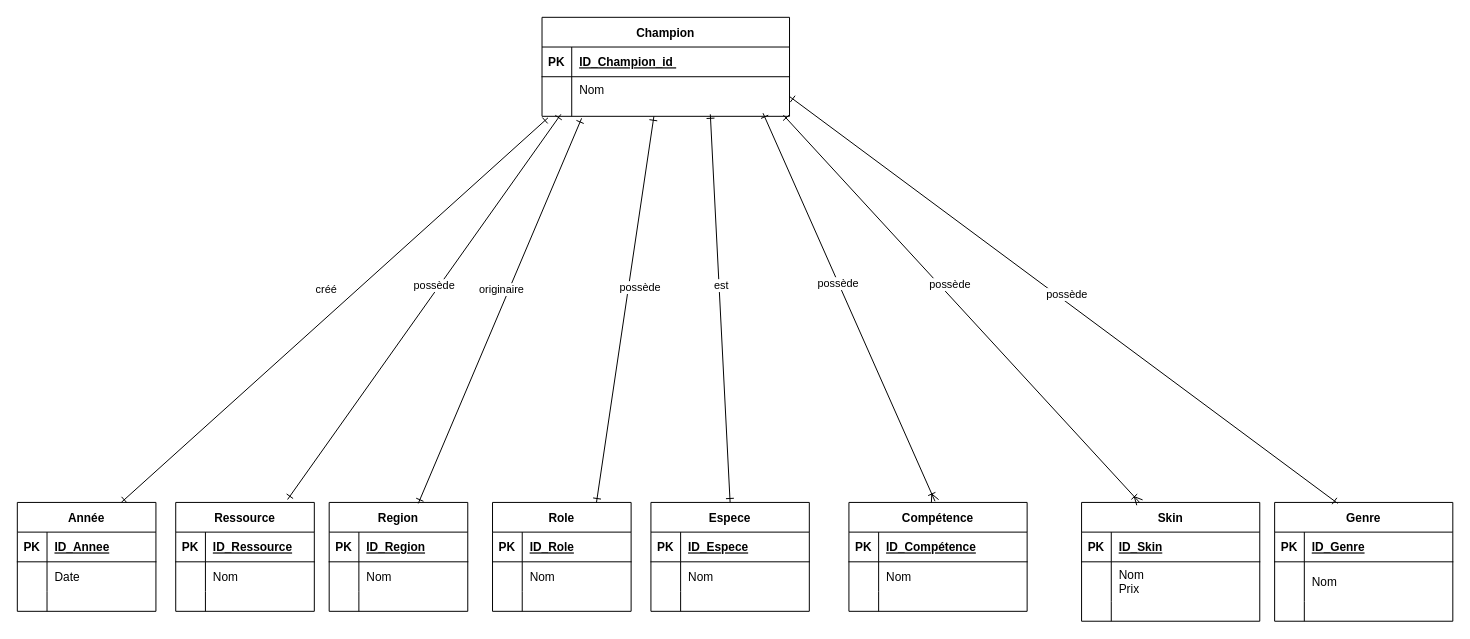
Before: Diagramme sans nom.drawio in CamilleSimon/BTS2-CIEL-IR-MCD-2024-2025, a draw.io diagram. Source tidied: cells renumbered, new cells numbered last; positions are measured from the earlier drawing's top-left corner, leaving out a move shared by most shapes. Both pictures are drawn from the tidied source at 99%, with x=0, y=0 at pixel (17, 17).
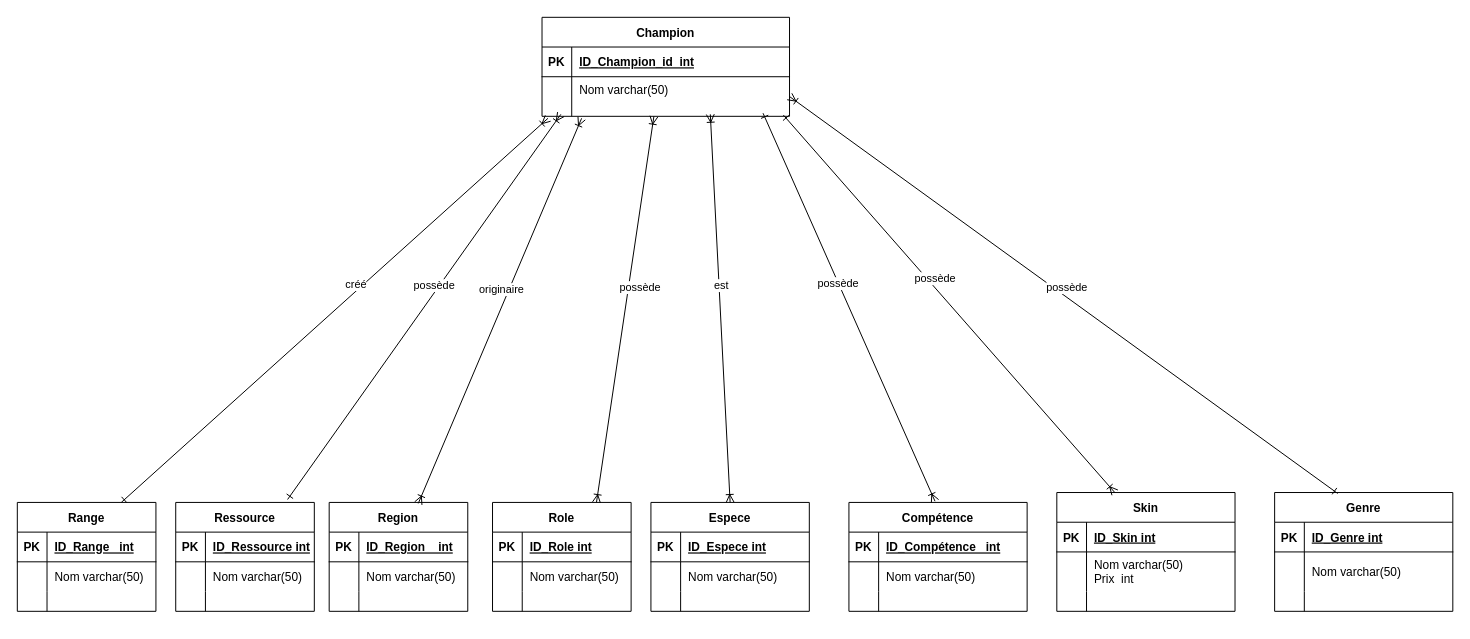
The same diagram, later.

Commit message:
Mettre à jour Diagramme sans nom.drawio

Unchanged cells that the change refers to:
```xml
<mxCell id="3" style="shape=partialRectangle;fillColor=none;top=0;left=0;right=0;bottom=1;" parent="2" vertex="1">
  <mxGeometry y="30" width="180" height="30" as="geometry" />
</mxCell>
<mxCell id="6" style="shape=partialRectangle;fillColor=none;top=0;left=0;right=0;bottom=0;" parent="2" vertex="1">
  <mxGeometry y="60" width="180" height="30" as="geometry" />
</mxCell>
<mxCell id="13" style="shape=partialRectangle;fillColor=none;top=0;left=0;right=0;bottom=1;" parent="12" vertex="1">
  <mxGeometry y="30" width="250" height="30" as="geometry" />
</mxCell>
<mxCell id="16" style="shape=partialRectangle;fillColor=none;points=[[0,0.5],[1,0.5]];portConstraint=eastwest;top=0;left=0;right=0;bottom=0;" parent="12" vertex="1">
  <mxGeometry y="60" width="250" height="40" as="geometry" />
</mxCell>
<mxCell id="21" value="Espece" style="shape=table;startSize=30;childLayout=tableLayout;rowLines=0;fontStyle=1;align=center;" parent="1" vertex="1">
  <mxGeometry x="640" y="490" width="160" height="110" as="geometry" />
</mxCell>
<mxCell id="22" style="shape=partialRectangle;fillColor=none;top=0;left=0;right=0;bottom=1;" parent="21" vertex="1">
  <mxGeometry y="30" width="160" height="30" as="geometry" />
</mxCell>
<mxCell id="25" style="shape=partialRectangle;fillColor=none;top=0;left=0;right=0;bottom=0;" parent="21" vertex="1">
  <mxGeometry y="60" width="160" height="30" as="geometry" />
</mxCell>
<mxCell id="31" value="Role" style="shape=table;startSize=30;childLayout=tableLayout;rowLines=0;fontStyle=1;align=center;" parent="1" vertex="1">
  <mxGeometry x="480" y="490" width="140" height="110" as="geometry" />
</mxCell>
<mxCell id="32" style="shape=partialRectangle;fillColor=none;top=0;left=0;right=0;bottom=1;" parent="31" vertex="1">
  <mxGeometry y="30" width="140" height="30" as="geometry" />
</mxCell>
<mxCell id="35" style="shape=partialRectangle;fillColor=none;top=0;left=0;right=0;bottom=0;" parent="31" vertex="1">
  <mxGeometry y="60" width="140" height="30" as="geometry" />
</mxCell>
<mxCell id="45" style="shape=partialRectangle;fillColor=none;top=0;left=0;right=0;bottom=1;" parent="44" vertex="1">
  <mxGeometry y="30" width="180" height="30" as="geometry" />
</mxCell>
<mxCell id="48" style="shape=partialRectangle;fillColor=none;top=0;left=0;right=0;bottom=0;" parent="44" vertex="1">
  <mxGeometry y="60" width="180" height="40" as="geometry" />
</mxCell>
<mxCell id="56" value="Region" style="shape=table;startSize=30;childLayout=tableLayout;rowLines=0;fontStyle=1;align=center;" parent="1" vertex="1">
  <mxGeometry x="315" y="490" width="140" height="110" as="geometry" />
</mxCell>
<mxCell id="57" style="shape=partialRectangle;fillColor=none;top=0;left=0;right=0;bottom=1;" parent="56" vertex="1">
  <mxGeometry y="30" width="140" height="30" as="geometry" />
</mxCell>
<mxCell id="60" style="shape=partialRectangle;fillColor=none;top=0;left=0;right=0;bottom=0;" parent="56" vertex="1">
  <mxGeometry y="60" width="140" height="30" as="geometry" />
</mxCell>
<mxCell id="68" value="Ressource" style="shape=table;startSize=30;childLayout=tableLayout;rowLines=0;fontStyle=1;align=center;" parent="1" vertex="1">
  <mxGeometry x="160" y="490" width="140" height="110" as="geometry" />
</mxCell>
<mxCell id="69" style="shape=partialRectangle;fillColor=none;top=0;left=0;right=0;bottom=1;" parent="68" vertex="1">
  <mxGeometry y="30" width="140" height="30" as="geometry" />
</mxCell>
<mxCell id="72" style="shape=partialRectangle;fillColor=none;top=0;left=0;right=0;bottom=0;" parent="68" vertex="1">
  <mxGeometry y="60" width="140" height="30" as="geometry" />
</mxCell>
<mxCell id="82" style="shape=partialRectangle;fillColor=none;top=0;left=0;right=0;bottom=1;" parent="81" vertex="1">
  <mxGeometry y="30" width="140" height="30" as="geometry" />
</mxCell>
<mxCell id="85" style="shape=partialRectangle;fillColor=none;top=0;left=0;right=0;bottom=0;" parent="81" vertex="1">
  <mxGeometry y="60" width="140" height="30" as="geometry" />
</mxCell>
<mxCell id="94" style="shape=partialRectangle;fillColor=none;top=0;left=0;right=0;bottom=1;" parent="93" vertex="1">
  <mxGeometry y="30" width="180" height="30" as="geometry" />
</mxCell>
<mxCell id="97" style="shape=partialRectangle;fillColor=none;top=0;left=0;right=0;bottom=0;" parent="93" vertex="1">
  <mxGeometry y="60" width="180" height="40" as="geometry" />
</mxCell>
```

What changed in the source:
```diff
@@
-    <mxCell id="5" value="ID_Compétence" style="shape=partialRectangle;overflow=hidden;fillColor=none;top=0;left=0;bottom=0;right=0;align=left;spacingLeft=6;fontStyle=5;" parent="3" vertex="1">
+    <mxCell id="5" value="ID_Compétence   int" style="shape=partialRectangle;overflow=hidden;fillColor=none;top=0;left=0;bottom=0;right=0;align=left;spacingLeft=6;fontStyle=5;" parent="3" vertex="1">
       <mxGeometry x="30" width="150" height="30" as="geometry" />
     </mxCell>
@@
-    <mxCell id="8" value="Nom" style="shape=partialRectangle;overflow=hidden;fillColor=none;top=0;left=0;bottom=0;right=0;align=left;spacingLeft=6;" parent="6" vertex="1">
+    <mxCell id="8" value="Nom varchar(50)" style="shape=partialRectangle;overflow=hidden;fillColor=none;top=0;left=0;bottom=0;right=0;align=left;spacingLeft=6;" parent="6" vertex="1">
       <mxGeometry x="30" width="150" height="30" as="geometry" />
     </mxCell>
@@
-    <mxCell id="15" value="ID_Champion_id " style="shape=partialRectangle;overflow=hidden;fillColor=none;top=0;left=0;bottom=0;right=0;align=left;spacingLeft=6;fontStyle=5;" parent="13" vertex="1">
+    <mxCell id="15" value="ID_Champion_id  int" style="shape=partialRectangle;overflow=hidden;fillColor=none;top=0;left=0;bottom=0;right=0;align=left;spacingLeft=6;fontStyle=5;" parent="13" vertex="1">
       <mxGeometry x="30" width="220" height="30" as="geometry" />
     </mxCell>
@@
-    <mxCell id="18" value="Nom&#10;" style="shape=partialRectangle;overflow=hidden;fillColor=none;top=0;left=0;bottom=0;right=0;align=left;spacingLeft=6;" parent="16" vertex="1">
+    <mxCell id="18" value="Nom varchar(50)&#10;" style="shape=partialRectangle;overflow=hidden;fillColor=none;top=0;left=0;bottom=0;right=0;align=left;spacingLeft=6;" parent="16" vertex="1">
       <mxGeometry x="30" width="220" height="40" as="geometry" />
     </mxCell>
@@
-    <mxCell id="24" value="ID_Espece" style="shape=partialRectangle;overflow=hidden;fillColor=none;top=0;left=0;bottom=0;right=0;align=left;spacingLeft=6;fontStyle=5;" parent="22" vertex="1">
+    <mxCell id="24" value="ID_Espece int" style="shape=partialRectangle;overflow=hidden;fillColor=none;top=0;left=0;bottom=0;right=0;align=left;spacingLeft=6;fontStyle=5;" parent="22" vertex="1">
       <mxGeometry x="30" width="130" height="30" as="geometry" />
     </mxCell>
@@
-    <mxCell id="27" value="Nom" style="shape=partialRectangle;overflow=hidden;fillColor=none;top=0;left=0;bottom=0;right=0;align=left;spacingLeft=6;" parent="25" vertex="1">
+    <mxCell id="27" value="Nom varchar(50)" style="shape=partialRectangle;overflow=hidden;fillColor=none;top=0;left=0;bottom=0;right=0;align=left;spacingLeft=6;" parent="25" vertex="1">
       <mxGeometry x="30" width="130" height="30" as="geometry" />
     </mxCell>
@@
-    <mxCell id="34" value="ID_Role" style="shape=partialRectangle;overflow=hidden;fillColor=none;top=0;left=0;bottom=0;right=0;align=left;spacingLeft=6;fontStyle=5;" parent="32" vertex="1">
+    <mxCell id="34" value="ID_Role int" style="shape=partialRectangle;overflow=hidden;fillColor=none;top=0;left=0;bottom=0;right=0;align=left;spacingLeft=6;fontStyle=5;" parent="32" vertex="1">
       <mxGeometry x="30" width="110" height="30" as="geometry" />
     </mxCell>
@@
-    <mxCell id="37" value="Nom" style="shape=partialRectangle;overflow=hidden;fillColor=none;top=0;left=0;bottom=0;right=0;align=left;spacingLeft=6;" parent="35" vertex="1">
+    <mxCell id="37" value="Nom varchar(50)" style="shape=partialRectangle;overflow=hidden;fillColor=none;top=0;left=0;bottom=0;right=0;align=left;spacingLeft=6;" parent="35" vertex="1">
       <mxGeometry x="30" width="110" height="30" as="geometry" />
     </mxCell>
@@
-    <mxCell id="41" style="rounded=0;jettySize=auto;html=1;strokeColor=default;startArrow=ERone;startFill=0;endArrow=ERone;endFill=0;entryX=0.5;entryY=0;entryDx=0;entryDy=0;exitX=0.68;exitY=0.95;exitDx=0;exitDy=0;exitPerimeter=0;" parent="1" edge="1" source="16" target="21">
+    <mxCell id="41" style="rounded=0;jettySize=auto;html=1;strokeColor=default;startArrow=ERoneToMany;startFill=0;endArrow=ERoneToMany;endFill=0;entryX=0.5;entryY=0;entryDx=0;entryDy=0;exitX=0.68;exitY=0.95;exitDx=0;exitDy=0;exitPerimeter=0;" parent="1" edge="1" source="16" target="21">
       <mxGeometry relative="1" as="geometry" />
     </mxCell>
-    <mxCell id="42" style="rounded=0;jettySize=auto;html=1;strokeColor=default;startArrow=ERone;startFill=0;endArrow=ERone;endFill=0;entryX=0.75;entryY=0;entryDx=0;entryDy=0;exitX=0.452;exitY=1;exitDx=0;exitDy=0;exitPerimeter=0;" parent="1" edge="1" source="16" target="31">
+    <mxCell id="42" style="rounded=0;jettySize=auto;html=1;strokeColor=default;startArrow=ERoneToMany;startFill=0;endArrow=ERoneToMany;endFill=0;entryX=0.75;entryY=0;entryDx=0;entryDy=0;exitX=0.452;exitY=1;exitDx=0;exitDy=0;exitPerimeter=0;" parent="1" edge="1" source="16" target="31">
       <mxGeometry relative="1" as="geometry" />
     </mxCell>
@@
     <mxCell id="44" value="Skin" style="shape=table;startSize=30;childLayout=tableLayout;rowLines=0;fontStyle=1;align=center;" parent="1" vertex="1">
-      <mxGeometry x="1075" y="490" width="180" height="120" as="geometry" />
+      <mxGeometry x="1050" y="480" width="180" height="120" as="geometry" />
     </mxCell>
@@
-    <mxCell id="47" value="ID_Skin" style="shape=partialRectangle;overflow=hidden;fillColor=none;top=0;left=0;bottom=0;right=0;align=left;spacingLeft=6;fontStyle=5;" parent="45" vertex="1">
+    <mxCell id="47" value="ID_Skin int" style="shape=partialRectangle;overflow=hidden;fillColor=none;top=0;left=0;bottom=0;right=0;align=left;spacingLeft=6;fontStyle=5;" parent="45" vertex="1">
       <mxGeometry x="30" width="150" height="30" as="geometry" />
     </mxCell>
@@
-    <mxCell id="50" value="Nom&#10;Prix" style="shape=partialRectangle;overflow=hidden;fillColor=none;top=0;left=0;bottom=0;right=0;align=left;spacingLeft=6;" parent="48" vertex="1">
+    <mxCell id="50" value="Nom varchar(50)&#10;Prix  int" style="shape=partialRectangle;overflow=hidden;fillColor=none;top=0;left=0;bottom=0;right=0;align=left;spacingLeft=6;" parent="48" vertex="1">
       <mxGeometry x="30" width="150" height="40" as="geometry" />
     </mxCell>
@@
-    <mxCell id="59" value="ID_Region" style="shape=partialRectangle;overflow=hidden;fillColor=none;top=0;left=0;bottom=0;right=0;align=left;spacingLeft=6;fontStyle=5;" parent="57" vertex="1">
+    <mxCell id="59" value="ID_Region    int" style="shape=partialRectangle;overflow=hidden;fillColor=none;top=0;left=0;bottom=0;right=0;align=left;spacingLeft=6;fontStyle=5;" parent="57" vertex="1">
       <mxGeometry x="30" width="110" height="30" as="geometry" />
     </mxCell>
@@
-    <mxCell id="62" value="Nom" style="shape=partialRectangle;overflow=hidden;fillColor=none;top=0;left=0;bottom=0;right=0;align=left;spacingLeft=6;" parent="60" vertex="1">
+    <mxCell id="62" value="Nom varchar(50)" style="shape=partialRectangle;overflow=hidden;fillColor=none;top=0;left=0;bottom=0;right=0;align=left;spacingLeft=6;" parent="60" vertex="1">
       <mxGeometry x="30" width="110" height="30" as="geometry" />
     </mxCell>
@@
-    <mxCell id="66" style="rounded=0;jettySize=auto;html=1;strokeColor=default;startArrow=ERone;startFill=0;endArrow=ERone;endFill=0;entryX=0.643;entryY=0.009;entryDx=0;entryDy=0;exitX=0.16;exitY=1.05;exitDx=0;exitDy=0;exitPerimeter=0;entryPerimeter=0;" parent="1" edge="1" source="16" target="56">
+    <mxCell id="66" style="rounded=0;jettySize=auto;html=1;strokeColor=default;startArrow=ERoneToMany;startFill=0;endArrow=ERoneToMany;endFill=0;entryX=0.643;entryY=0.009;entryDx=0;entryDy=0;exitX=0.16;exitY=1.05;exitDx=0;exitDy=0;exitPerimeter=0;entryPerimeter=0;" parent="1" edge="1" source="16" target="56">
       <mxGeometry relative="1" as="geometry" />
     </mxCell>
@@
-    <mxCell id="71" value="ID_Ressource" style="shape=partialRectangle;overflow=hidden;fillColor=none;top=0;left=0;bottom=0;right=0;align=left;spacingLeft=6;fontStyle=5;" parent="69" vertex="1">
+    <mxCell id="71" value="ID_Ressource int" style="shape=partialRectangle;overflow=hidden;fillColor=none;top=0;left=0;bottom=0;right=0;align=left;spacingLeft=6;fontStyle=5;" parent="69" vertex="1">
       <mxGeometry x="30" width="110" height="30" as="geometry" />
     </mxCell>
@@
-    <mxCell id="74" value="Nom" style="shape=partialRectangle;overflow=hidden;fillColor=none;top=0;left=0;bottom=0;right=0;align=left;spacingLeft=6;" parent="72" vertex="1">
+    <mxCell id="74" value="Nom varchar(50)" style="shape=partialRectangle;overflow=hidden;fillColor=none;top=0;left=0;bottom=0;right=0;align=left;spacingLeft=6;" parent="72" vertex="1">
       <mxGeometry x="30" width="110" height="30" as="geometry" />
     </mxCell>
@@
-    <mxCell id="78" style="rounded=0;jettySize=auto;html=1;strokeColor=default;startArrow=ERone;startFill=0;endArrow=ERone;endFill=0;entryX=0.807;entryY=-0.027;entryDx=0;entryDy=0;exitX=0.076;exitY=0.95;exitDx=0;exitDy=0;exitPerimeter=0;entryPerimeter=0;" parent="1" edge="1" source="16" target="68">
+    <mxCell id="78" style="rounded=0;jettySize=auto;html=1;strokeColor=default;startArrow=ERoneToMany;startFill=0;endArrow=ERone;endFill=0;entryX=0.807;entryY=-0.027;entryDx=0;entryDy=0;exitX=0.076;exitY=0.95;exitDx=0;exitDy=0;exitPerimeter=0;entryPerimeter=0;" parent="1" edge="1" source="16" target="68">
       <mxGeometry relative="1" as="geometry" />
     </mxCell>
@@
-    <mxCell id="81" value="Année" style="shape=table;startSize=30;childLayout=tableLayout;rowLines=0;fontStyle=1;align=center;" parent="1" vertex="1">
+    <mxCell id="81" value="Range" style="shape=table;startSize=30;childLayout=tableLayout;rowLines=0;fontStyle=1;align=center;" parent="1" vertex="1">
       <mxGeometry y="490" width="140" height="110" as="geometry" />
     </mxCell>
@@
-    <mxCell id="84" value="ID_Annee" style="shape=partialRectangle;overflow=hidden;fillColor=none;top=0;left=0;bottom=0;right=0;align=left;spacingLeft=6;fontStyle=5;" parent="82" vertex="1">
+    <mxCell id="84" value="ID_Range   int" style="shape=partialRectangle;overflow=hidden;fillColor=none;top=0;left=0;bottom=0;right=0;align=left;spacingLeft=6;fontStyle=5;" parent="82" vertex="1">
       <mxGeometry x="30" width="110" height="30" as="geometry" />
     </mxCell>
@@
-    <mxCell id="87" value="Date" style="shape=partialRectangle;overflow=hidden;fillColor=none;top=0;left=0;bottom=0;right=0;align=left;spacingLeft=6;" parent="85" vertex="1">
+    <mxCell id="87" value="Nom varchar(50)" style="shape=partialRectangle;overflow=hidden;fillColor=none;top=0;left=0;bottom=0;right=0;align=left;spacingLeft=6;" parent="85" vertex="1">
       <mxGeometry x="30" width="110" height="30" as="geometry" />
     </mxCell>
@@
-    <mxCell id="91" style="rounded=0;jettySize=auto;html=1;strokeColor=default;startArrow=ERone;startFill=0;endArrow=ERone;endFill=0;entryX=0.75;entryY=0;entryDx=0;entryDy=0;exitX=0.024;exitY=1.038;exitDx=0;exitDy=0;exitPerimeter=0;" parent="1" edge="1" source="16" target="81">
-      <mxGeometry relative="1" as="geometry" />
+    <mxCell id="91" style="rounded=0;jettySize=auto;html=1;strokeColor=default;startArrow=ERoneToMany;startFill=0;endArrow=ERone;endFill=0;entryX=0.75;entryY=0;entryDx=0;entryDy=0;" parent="1" edge="1" target="81">
+      <mxGeometry relative="1" as="geometry">
+        <mxPoint x="536" y="102" as="sourcePoint" />
+      </mxGeometry>
     </mxCell>
     <mxCell id="92" value="créé" style="edgeLabel;html=1;align=center;verticalAlign=middle;" parent="91" vertex="1">
       <mxGeometry x="0.24" y="1" relative="1" as="geometry">
-        <mxPoint x="42" y="-69" as="offset" />
+        <mxPoint x="72" y="-74" as="offset" />
       </mxGeometry>
     </mxCell>
     <mxCell id="93" value="Genre" style="shape=table;startSize=30;childLayout=tableLayout;rowLines=0;fontStyle=1;align=center;" parent="1" vertex="1">
-      <mxGeometry x="1270" y="490" width="180" height="120" as="geometry" />
+      <mxGeometry x="1270" y="480" width="180" height="120" as="geometry" />
     </mxCell>
@@
-    <mxCell id="96" value="ID_Genre" style="shape=partialRectangle;overflow=hidden;fillColor=none;top=0;left=0;bottom=0;right=0;align=left;spacingLeft=6;fontStyle=5;" parent="94" vertex="1">
+    <mxCell id="96" value="ID_Genre int" style="shape=partialRectangle;overflow=hidden;fillColor=none;top=0;left=0;bottom=0;right=0;align=left;spacingLeft=6;fontStyle=5;" parent="94" vertex="1">
       <mxGeometry x="30" width="150" height="30" as="geometry" />
     </mxCell>
@@
-    <mxCell id="99" value="Nom" style="shape=partialRectangle;overflow=hidden;fillColor=none;top=0;left=0;bottom=0;right=0;align=left;spacingLeft=6;" parent="97" vertex="1">
+    <mxCell id="99" value="Nom varchar(50)" style="shape=partialRectangle;overflow=hidden;fillColor=none;top=0;left=0;bottom=0;right=0;align=left;spacingLeft=6;" parent="97" vertex="1">
       <mxGeometry x="30" width="150" height="40" as="geometry" />
     </mxCell>
@@
-    <mxCell id="103" style="rounded=0;jettySize=auto;html=1;strokeColor=default;startArrow=ERone;startFill=0;endArrow=ERone;endFill=0;entryX=0.354;entryY=0.008;entryDx=0;entryDy=0;exitX=1;exitY=0.5;exitDx=0;exitDy=0;entryPerimeter=0;" parent="1" edge="1" source="16" target="93">
+    <mxCell id="103" style="rounded=0;jettySize=auto;html=1;strokeColor=default;startArrow=ERoneToMany;startFill=0;endArrow=ERone;endFill=0;entryX=0.354;entryY=0.008;entryDx=0;entryDy=0;exitX=1;exitY=0.5;exitDx=0;exitDy=0;entryPerimeter=0;" parent="1" edge="1" source="16" target="93">
       <mxGeometry relative="1" as="geometry" />
     </mxCell>
```
